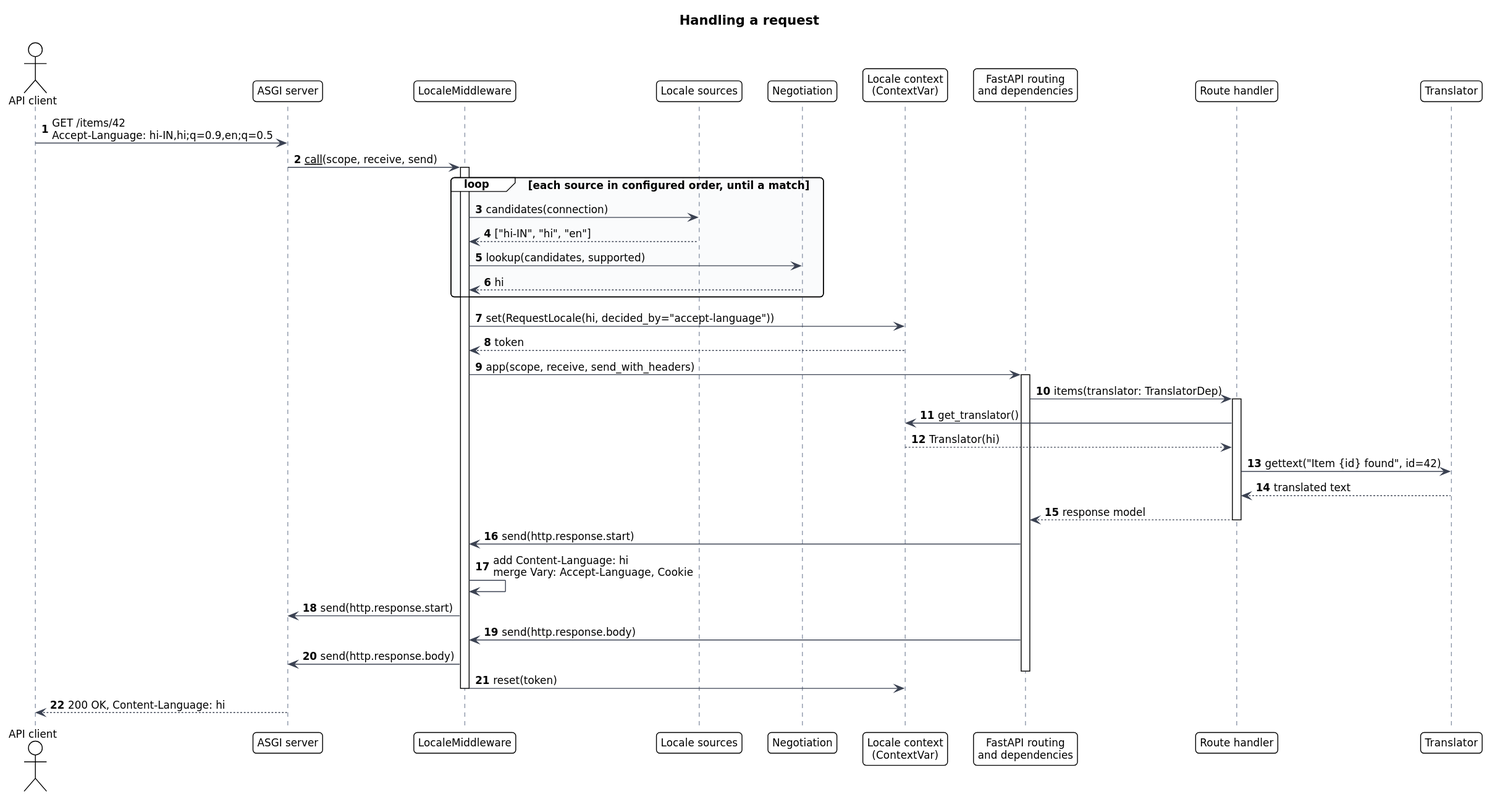
Above: docs/diagrams/sequence-request.svg in fastapi-extensions/fastapi-locale (PlantUML), before the change. Its source is kept beside it as docs/diagrams/sequence-request.puml. Source of this version:
```plantuml
@startuml sequence-request
!include include/style.iuml
title Handling a request
autonumber

actor "API client" as Client
participant "ASGI server" as Server
participant "LocaleMiddleware" as MW
participant "Locale sources" as Src
participant "Negotiation" as Neg
participant "Locale context\n(ContextVar)" as Ctx
participant "FastAPI routing\nand dependencies" as Router
participant "Route handler" as Route
participant "Translator" as Tr

Client -> Server : GET /items/42\nAccept-Language: hi-IN,hi;q=0.9,en;q=0.5
Server -> MW : __call__(scope, receive, send)
activate MW
loop each source in configured order, until a match
  MW -> Src : candidates(connection)
  Src --> MW : ["hi-IN", "hi", "en"]
  MW -> Neg : lookup(candidates, supported)
  Neg --> MW : hi
end
MW -> Ctx : set(RequestLocale(hi, decided_by="accept-language"))
Ctx --> MW : token
MW -> Router : app(scope, receive, send_with_headers)
activate Router
Router -> Route : items(translator: TranslatorDep)
activate Route
Route -> Ctx : get_translator()
Ctx --> Route : Translator(hi)
Route -> Tr : gettext("Item {id} found", id=42)
Tr --> Route : translated text
Route --> Router : response model
deactivate Route
Router -> MW : send(http.response.start)
MW -> MW : add Content-Language: hi\nmerge Vary: Accept-Language, Cookie
MW -> Server : send(http.response.start)
Router -> MW : send(http.response.body)
MW -> Server : send(http.response.body)
deactivate Router
MW -> Ctx : reset(token)
deactivate MW
Server --> Client : 200 OK, Content-Language: hi
@enduml
```
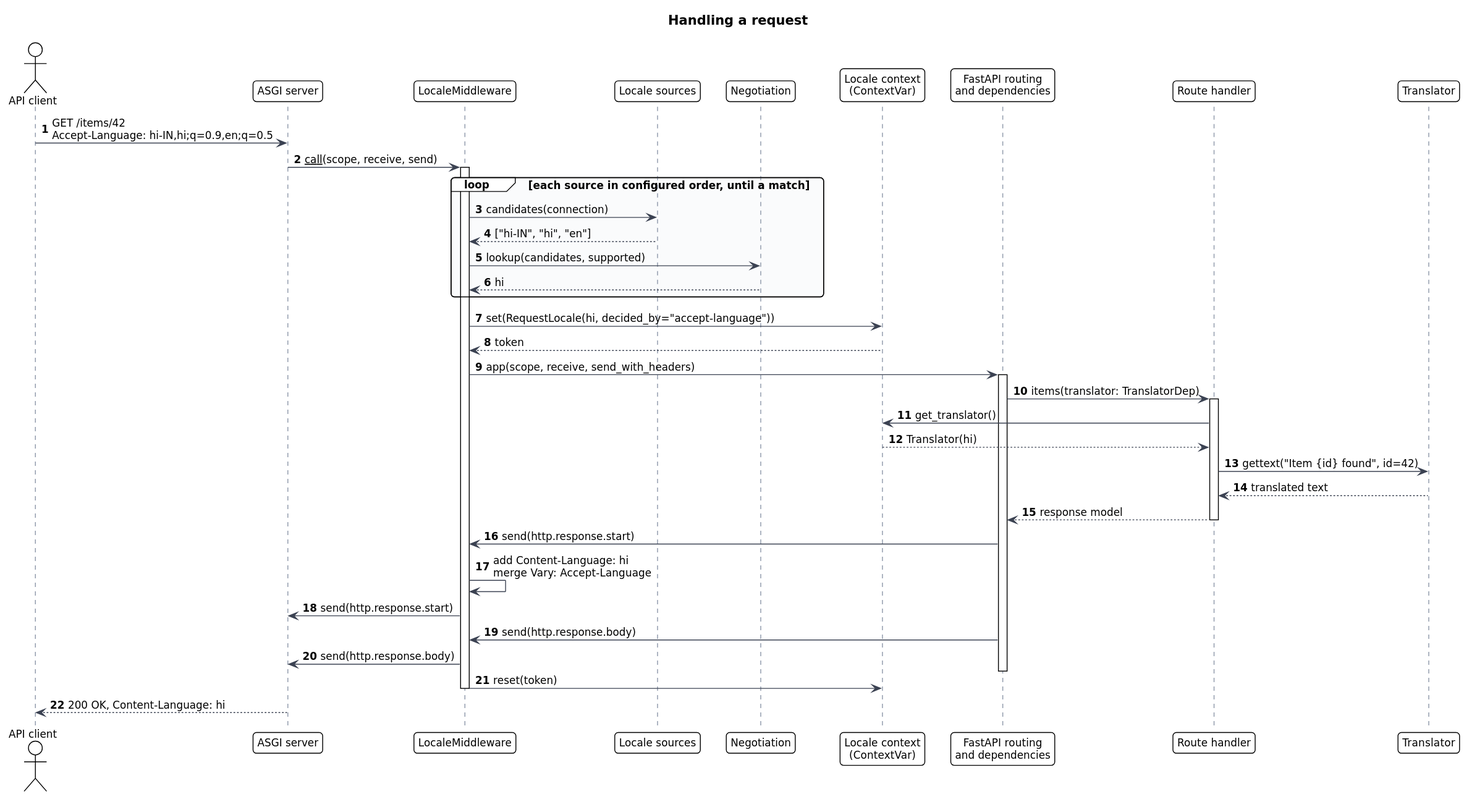
The same file after the commit.

Diff of the diagram source:
```diff
@@ -35,7 +35,7 @@
 Route --> Router : response model
 deactivate Route
 Router -> MW : send(http.response.start)
-MW -> MW : add Content-Language: hi\nmerge Vary: Accept-Language, Cookie
+MW -> MW : add Content-Language: hi\nmerge Vary: Accept-Language
 MW -> Server : send(http.response.start)
 Router -> MW : send(http.response.body)
 MW -> Server : send(http.response.body)
```
